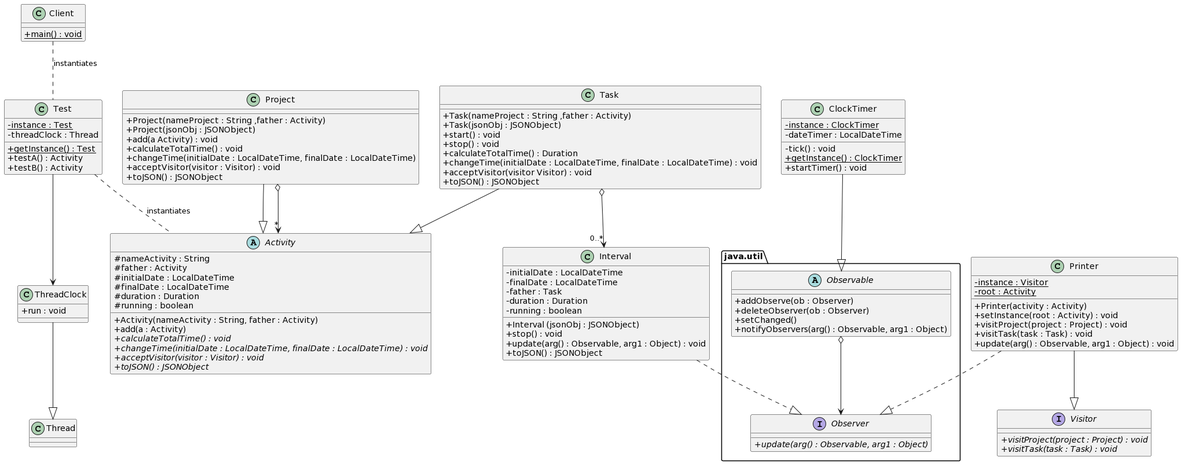
Earlier version of the PlantUML export Diagrama practica DS PLANTUML.png (carlosereyese/PracticaDS).
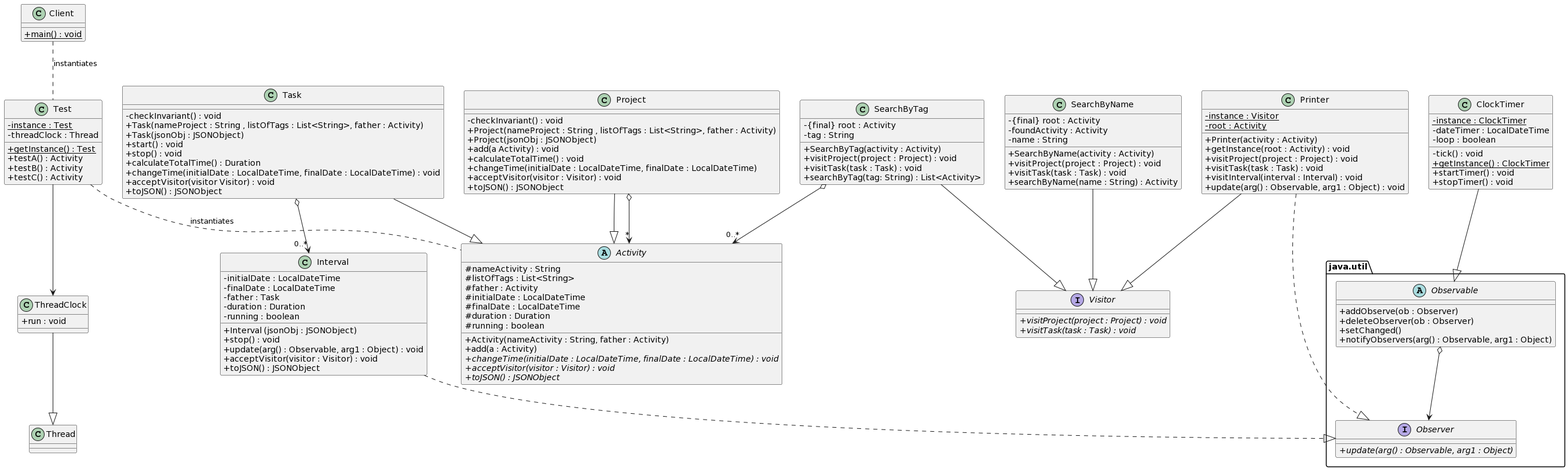
After the change.

Commit message:
Versión 13: Plantuml actualizado (el logger sigue sin ir)

Diff of the diagram source:
```diff
@@ -13,6 +13,7 @@
      + {static} getInstance() : Test
      + testA() : Activity
      + testB() : Activity
+     + testC() : Activity
 }
 
 class           ThreadClock
@@ -27,6 +28,7 @@
 abstract class           Activity
 {
      # nameActivity : String
+     # listOfTags : List<String>
      # father : Activity
      # initialDate : LocalDateTime
      # finalDate : LocalDateTime
@@ -34,7 +36,6 @@
      # running : boolean
      + Activity(nameActivity : String, father : Activity)
      + add(a : Activity)
-     + {abstract} calculateTotalTime() : void
      + {abstract} changeTime(initialDate : LocalDateTime, finalDate : LocalDateTime) : void
      + {abstract} acceptVisitor(visitor : Visitor) : void
      + {abstract} toJSON() : JSONObject
@@ -42,7 +43,8 @@
 
 class           Task
 {
-     + Task(nameProject : String ,father : Activity)
+     - checkInvariant() : void
+     + Task(nameProject : String , listOfTags : List<String>, father : Activity)
      + Task(jsonObj : JSONObject)
      + start() : void
      + stop() : void
@@ -54,7 +56,8 @@
 
 class           Project
 {
-     + Project(nameProject : String ,father : Activity)
+     - checkInvariant() : void
+     + Project(nameProject : String , listOfTags : List<String>, father : Activity)
      + Project(jsonObj : JSONObject)
      + add(a Activity) : void
      + calculateTotalTime() : void
@@ -73,6 +76,7 @@
      + Interval (jsonObj : JSONObject)
      + stop() : void
      + update(arg() : Observable, arg1 : Object) : void
+     + acceptVisitor(visitor : Visitor) : void
      + toJSON() : JSONObject
 }
 
@@ -97,9 +101,11 @@
 {
      - {static} instance : ClockTimer
      - dateTimer : LocalDateTime
+     - loop : boolean
      - tick() : void
      + {static} getInstance() : ClockTimer
      + startTimer() : void
+     + stopTimer() : void
 }
 
 interface           Visitor
@@ -113,10 +119,32 @@
      - {static} instance : Visitor
      - {static} root : Activity
      + Printer(activity : Activity)
-     + setInstance(root : Activity) : void
+     + getInstance(root : Activity) : void
      + visitProject(project : Project) : void
      + visitTask(task : Task) : void
+     + visitInterval(interval : Interval) : void
      + update(arg() : Observable, arg1 : Object) : void
+}
+
+class           SearchByName
+{
+     - {final} root : Activity
+     - foundActivity : Activity
+     - name : String
+     + SearchByName(activity : Activity)
+     + visitProject(project : Project) : void
+     + visitTask(task : Task) : void
+     + searchByName(name : String) : Activity
+}
+
+class           SearchByTag
+{
+     - {final} root : Activity
+     - tag : String
+     + SearchByTag(activity : Activity)
+     + visitProject(project : Project) : void
+     + visitTask(task : Task) : void
+     + searchByTag(tag: String) : List<Activity>
 }
 
 Client .. Test : instantiates
@@ -131,5 +159,8 @@
 Observable o--> Observer
 ClockTimer --|> Observable
 Printer --|> Visitor
+SearchByName --|> Visitor
+SearchByTag --|> Visitor
 Printer ..|> Observer
+SearchByTag o-->"0..*" Activity
 @enduml
```
